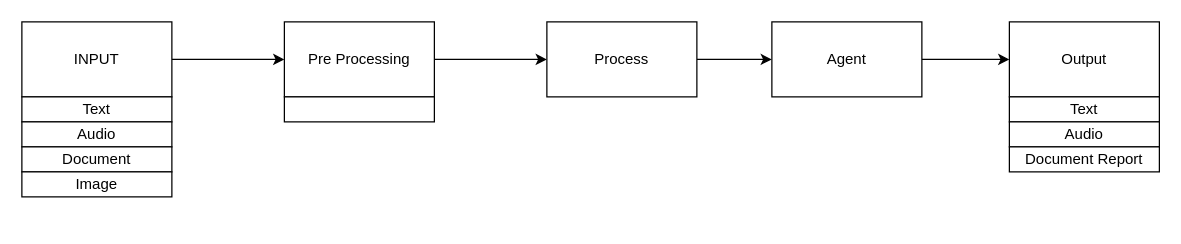
Above: N8N Personal Asistant.drawio in Rezen351/Flowchart (draw.io), before the change. Source tidied: cells renumbered, new cells numbered last; positions are measured from the earlier drawing's top-left corner, leaving out a move shared by most shapes. Both pictures are drawn from the tidied source at 125%, with x=0, y=0 at pixel (21, 21).
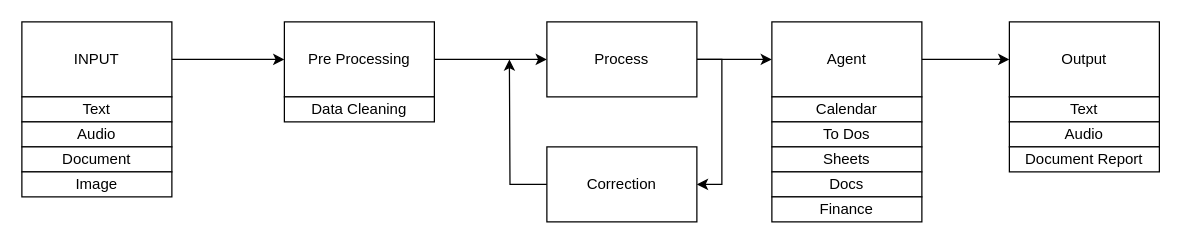
After the change.

The change refers to these unchanged cells:
```xml
<mxCell id="7" value="Process" style="rounded=0;whiteSpace=wrap;html=1;" parent="1" vertex="1">
  <mxGeometry x="420" width="120" height="60" as="geometry" />
</mxCell>
```

The edit, as a diff of the source:
```diff
@@
+    <mxCell id="19" style="edgeStyle=orthogonalEdgeStyle;rounded=0;jettySize=auto;html=1;entryX=1;entryY=0.5;entryDx=0;entryDy=0;" parent="1" edge="1" source="7" target="21">
+      <mxGeometry relative="1" as="geometry">
+        <Array as="points">
+          <mxPoint x="560" y="30" />
+          <mxPoint x="560" y="130" />
+        </Array>
+      </mxGeometry>
+    </mxCell>
@@
-    <mxCell id="16" style="rounded=0;whiteSpace=wrap;html=1;" parent="1" vertex="1">
+    <mxCell id="16" value="Data Cleaning" style="rounded=0;whiteSpace=wrap;html=1;" parent="1" vertex="1">
       <mxGeometry x="210" y="60" width="120" height="20" as="geometry" />
     </mxCell>
@@
+    <mxCell id="20" style="edgeStyle=orthogonalEdgeStyle;rounded=0;jettySize=auto;html=1;" parent="1" edge="1" source="21">
+      <mxGeometry relative="1" as="geometry">
+        <mxPoint x="390" y="30" as="targetPoint" />
+      </mxGeometry>
+    </mxCell>
+    <mxCell id="21" value="Correction" style="rounded=0;whiteSpace=wrap;html=1;" parent="1" vertex="1">
+      <mxGeometry x="420" y="100" width="120" height="60" as="geometry" />
+    </mxCell>
+    <mxCell id="22" value="Calendar" style="rounded=0;whiteSpace=wrap;html=1;" parent="1" vertex="1">
+      <mxGeometry x="600" y="60" width="120" height="20" as="geometry" />
+    </mxCell>
+    <mxCell id="23" value="To Dos" style="rounded=0;whiteSpace=wrap;html=1;" parent="1" vertex="1">
+      <mxGeometry x="600" y="80" width="120" height="20" as="geometry" />
+    </mxCell>
+    <mxCell id="24" value="Sheets" style="rounded=0;whiteSpace=wrap;html=1;" parent="1" vertex="1">
+      <mxGeometry x="600" y="100" width="120" height="20" as="geometry" />
+    </mxCell>
+    <mxCell id="25" value="Docs" style="rounded=0;whiteSpace=wrap;html=1;" parent="1" vertex="1">
+      <mxGeometry x="600" y="120" width="120" height="20" as="geometry" />
+    </mxCell>
+    <mxCell id="26" value="Finance" style="rounded=0;whiteSpace=wrap;html=1;" parent="1" vertex="1">
+      <mxGeometry x="600" y="140" width="120" height="20" as="geometry" />
+    </mxCell>
```
